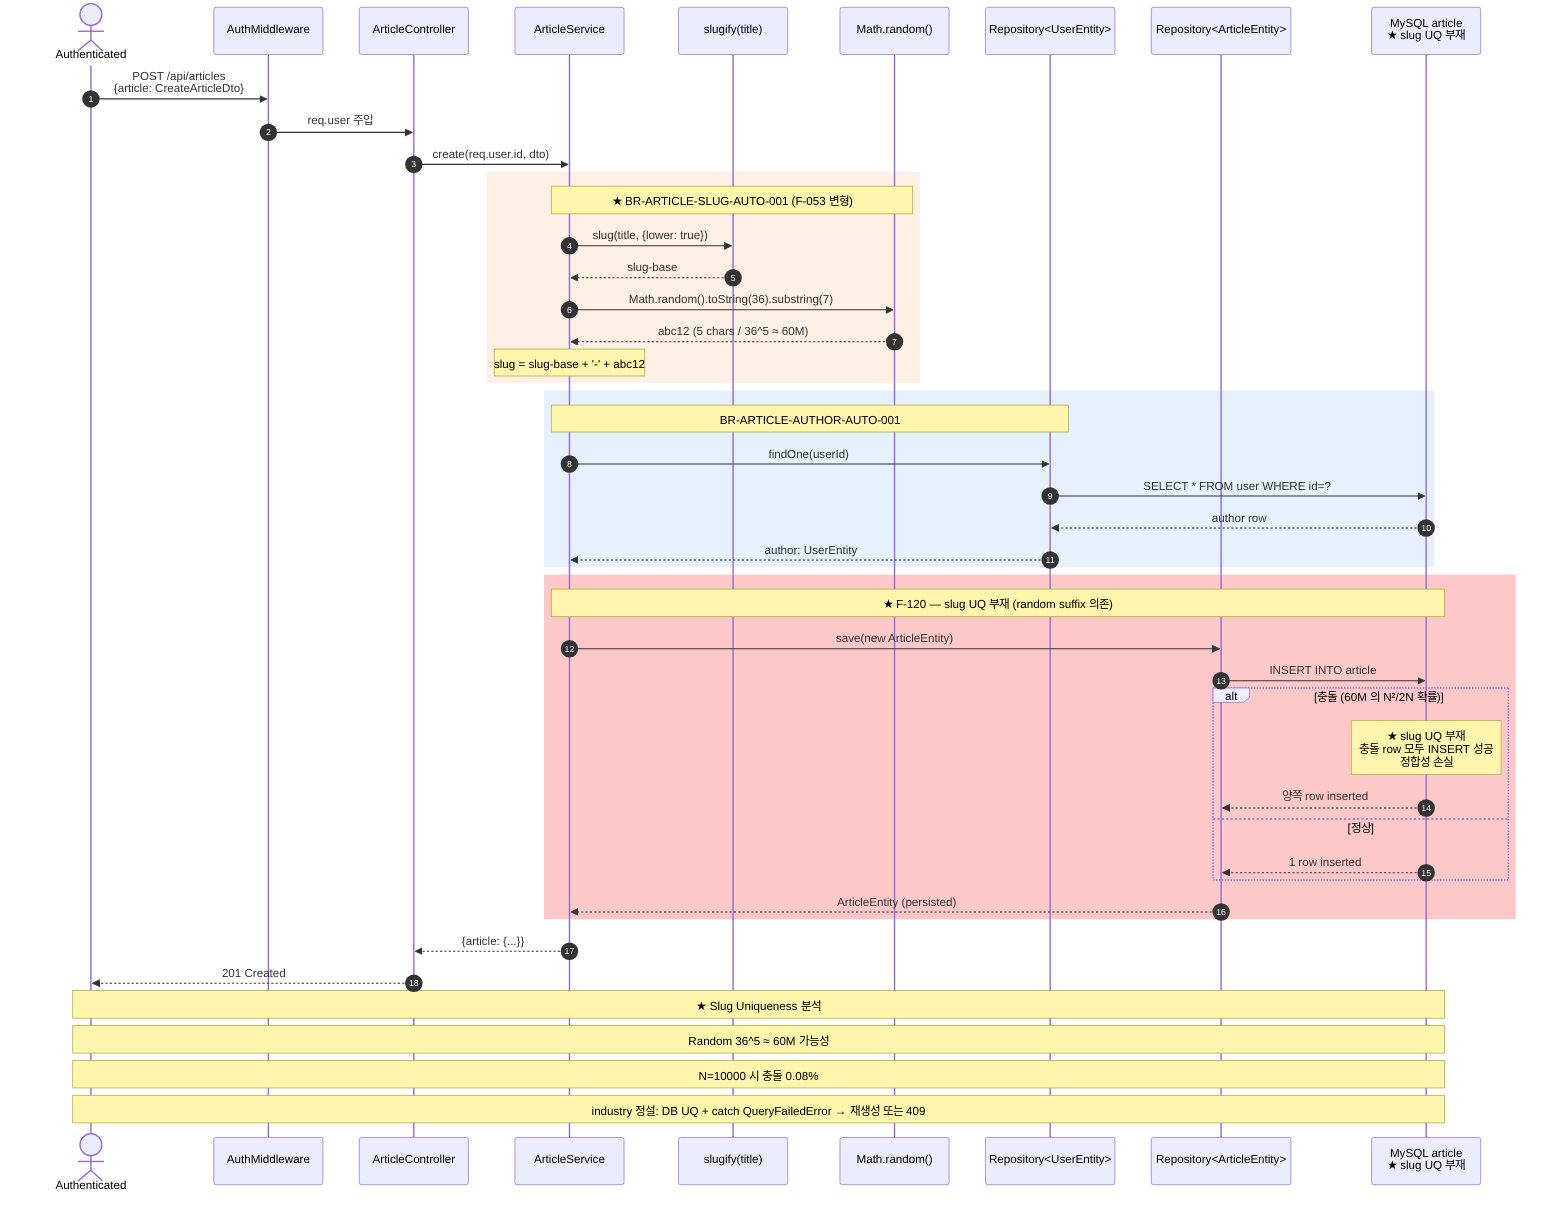
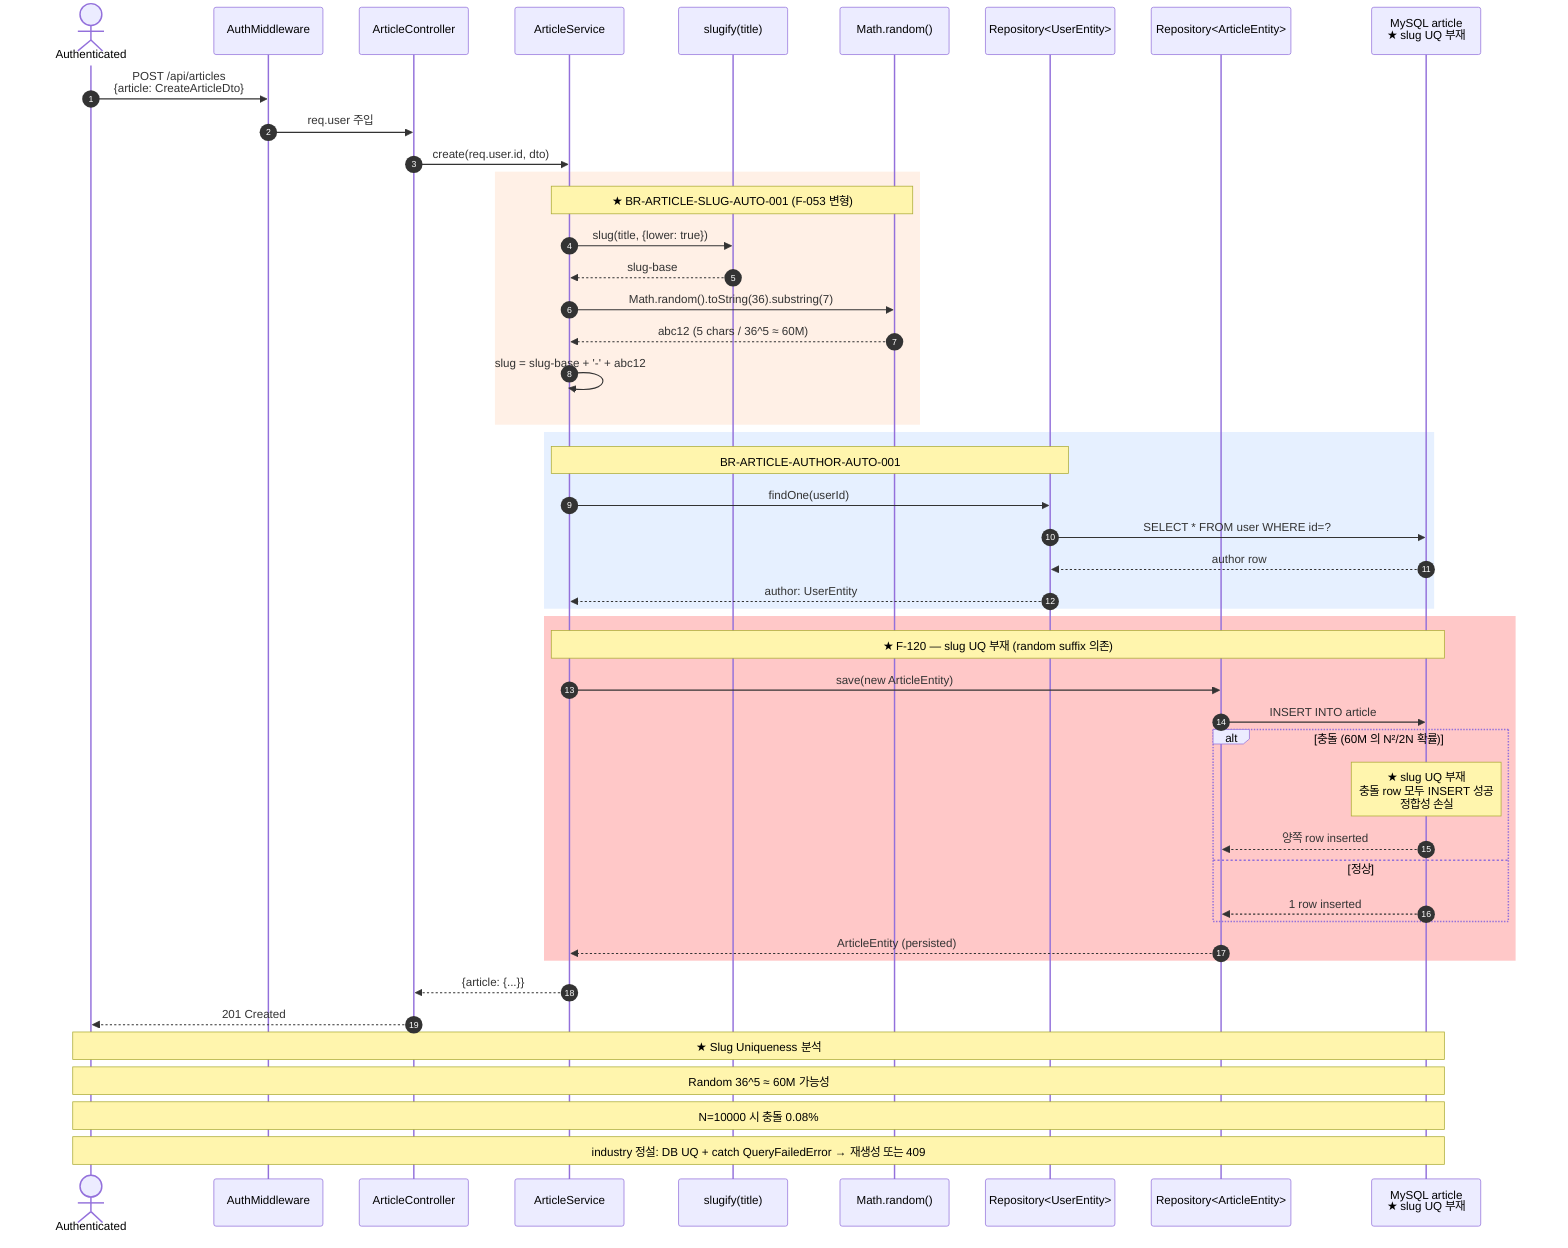
%% PoC #03 — UC-ARTICLE-CREATE Sequence Diagram (Phase 4.5)
%% ★ F-053 변형 + F-120 — slug UQ 부재 + random suffix
%% 일자: 2026-04-30
%% Source of Truth: 코드 (src/article/article.service.ts:200-220)
%% Direction: B (코드 → L1)

sequenceDiagram
    autonumber
    actor Authenticated
    participant AuthMiddleware as AuthMiddleware
    participant Controller as ArticleController
    participant Service as ArticleService
    participant Slugify as slugify(title)
    participant Random as Math.random()
    participant UserRepo as Repository<UserEntity>
    participant ArticleRepo as Repository<ArticleEntity>
    participant DB as MySQL article<br/>★ slug UQ 부재

    Authenticated->>AuthMiddleware: POST /api/articles<br/>{article: CreateArticleDto}
    AuthMiddleware->>Controller: req.user 주입
    Controller->>Service: create(req.user.id, dto)

    rect rgb(255, 240, 230)
        Note over Service,Random: ★ BR-ARTICLE-SLUG-AUTO-001 (F-053 변형)
        Service->>Slugify: slug(title, {lower: true})
        Slugify-->>Service: slug-base
        Service->>Random: Math.random().toString(36).substring(7)
        Random-->>Service: abc12 (5 chars / 36^5 ≈ 60M)
-         Note over Service: slug = slug-base + '-' + abc12
+         Service->>Service: slug = slug-base + '-' + abc12
    end

    rect rgb(230, 240, 255)
        Note over Service,UserRepo: BR-ARTICLE-AUTHOR-AUTO-001
        Service->>UserRepo: findOne(userId)
        UserRepo->>DB: SELECT * FROM user WHERE id=?
        DB-->>UserRepo: author row
        UserRepo-->>Service: author: UserEntity
    end

    rect rgb(255, 200, 200)
        Note over Service,DB: ★ F-120 — slug UQ 부재 (random suffix 의존)
        Service->>ArticleRepo: save(new ArticleEntity)
        ArticleRepo->>DB: INSERT INTO article

        alt 충돌 (60M 의 N²/2N 확률)
            Note over DB: ★ slug UQ 부재<br/>충돌 row 모두 INSERT 성공<br/>정합성 손실
            DB-->>ArticleRepo: 양쪽 row inserted
        else 정상
            DB-->>ArticleRepo: 1 row inserted
        end

        ArticleRepo-->>Service: ArticleEntity (persisted)
    end

    Service-->>Controller: {article: {...}}
    Controller-->>Authenticated: 201 Created

    Note over Authenticated,DB: ★ Slug Uniqueness 분석
    Note over Authenticated,DB: Random 36^5 ≈ 60M 가능성
    Note over Authenticated,DB: N=10000 시 충돌 0.08%
    Note over Authenticated,DB: industry 정설: DB UQ + catch QueryFailedError → 재생성 또는 409
